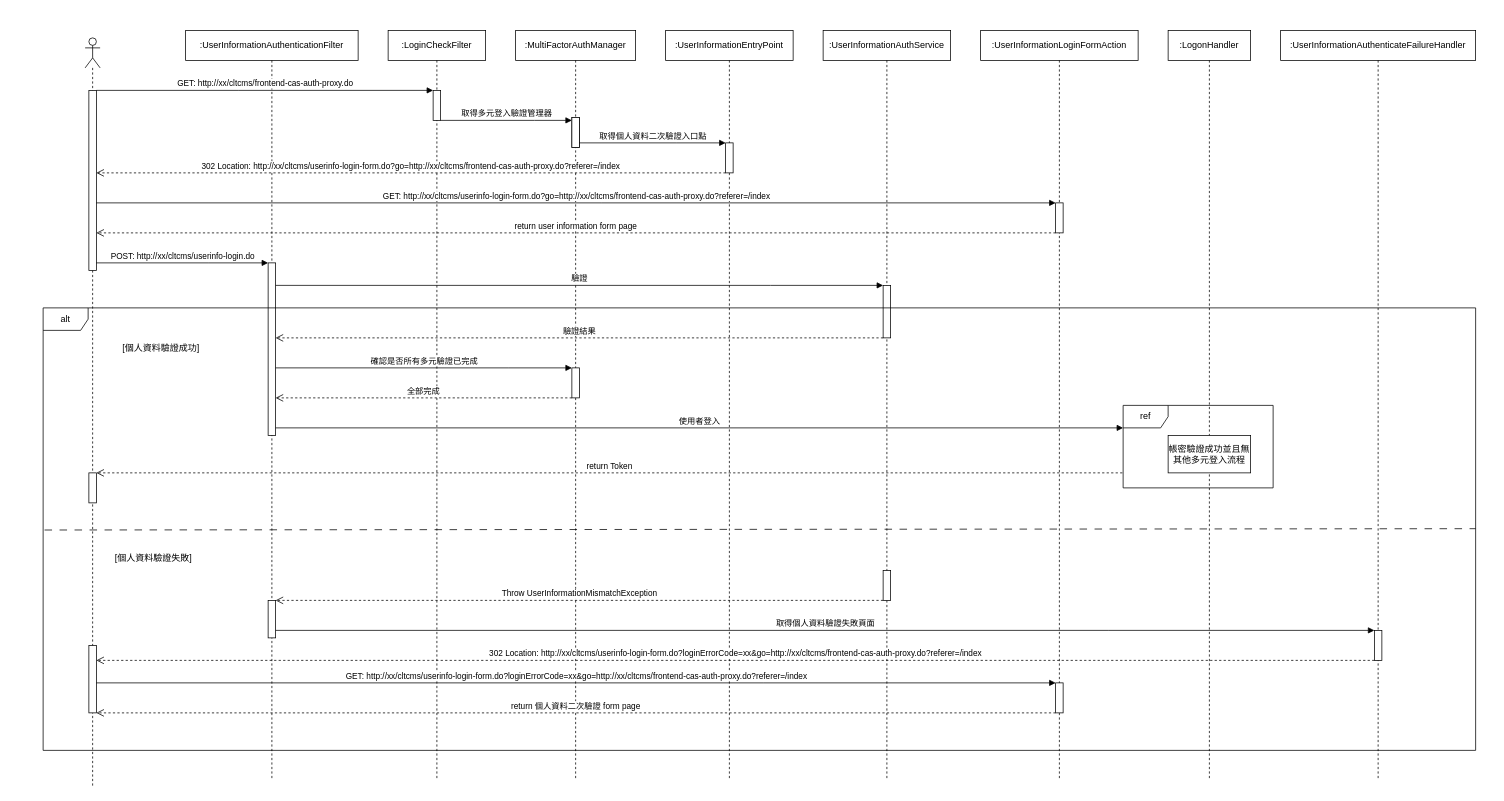
This is page "個人資料二次驗證(循序圖)" (4 of 5) of drawioFile/多元登入架構.drawio from zs6184/Drawio, a draw.io file, before an edit. Source tidied: cells renumbered, new cells numbered last; positions are measured from the earlier drawing's top-left corner, leaving out a move shared by most shapes. Both pictures are drawn from the tidied source at 75%, with x=0, y=0 at pixel (43, 30).
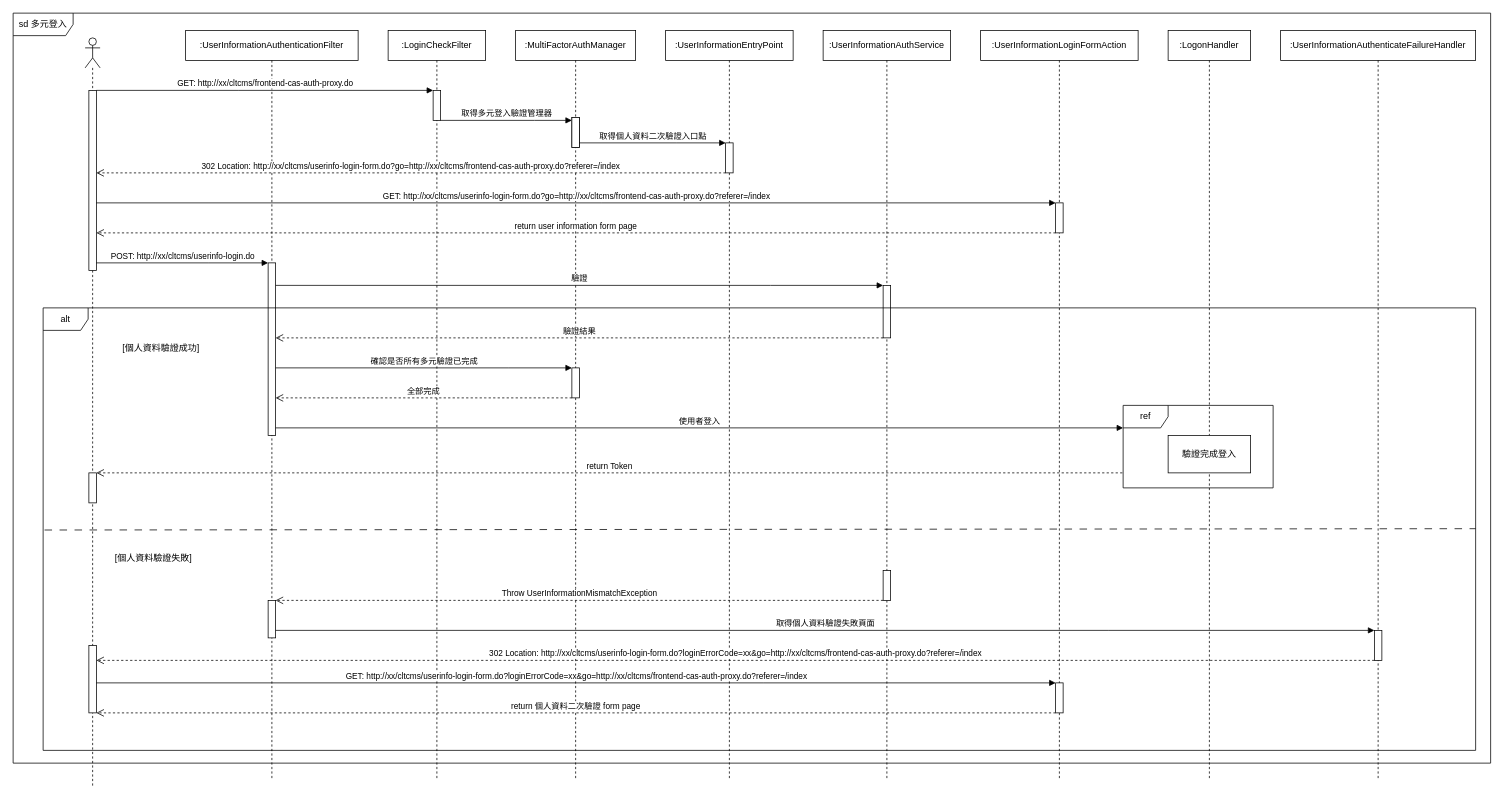
The same diagram, later.

Unchanged cells that the change refers to:
```xml
<mxCell id="37" style="group;" parent="1" vertex="1">
  <mxGeometry x="1440" y="500" width="200" height="110" as="geometry" />
</mxCell>
```

Change to the diagram source:
```diff
@@
-    <mxCell id="39" value="帳密驗證成功並且無其他多元登入流程" style="html=1;whiteSpace=wrap;" parent="37" vertex="1">
+    <mxCell id="39" value="驗證完成登入" style="html=1;whiteSpace=wrap;" parent="37" vertex="1">
       <mxGeometry x="60" y="40" width="110" height="50" as="geometry" />
     </mxCell>
@@
+    <mxCell id="51" value="sd 多元登入" style="shape=umlFrame;whiteSpace=wrap;html=1;width=80;height=30;" parent="1" vertex="1">
+      <mxGeometry x="-40" y="-23" width="1970" height="1000" as="geometry" />
+    </mxCell>
```
